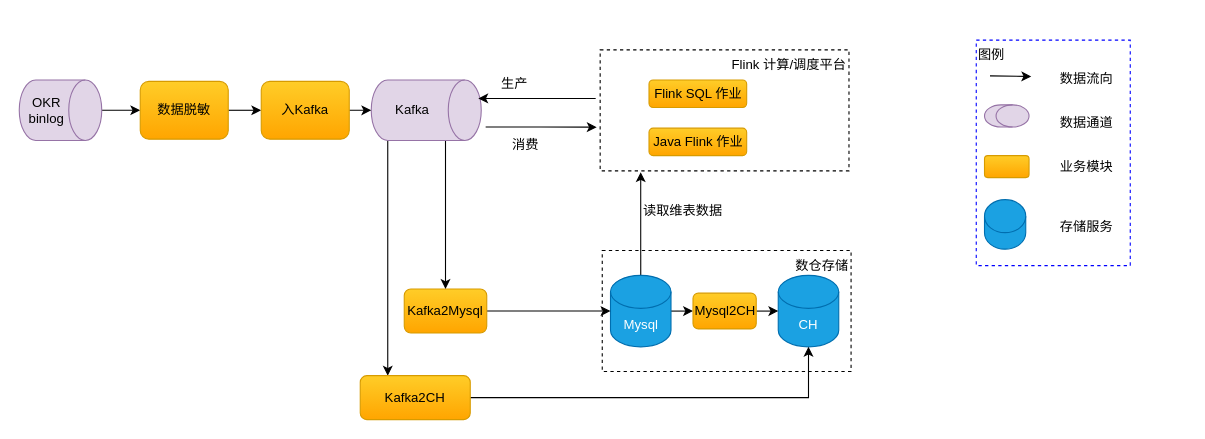
Earlier version of the draw.io diagram okrx/Untitled Diagram.drawio (cicelprg/drawio). Source tidied: cells renumbered, new cells numbered last; positions are measured from the earlier drawing's top-left corner, leaving out a move shared by most shapes. Both pictures are drawn from the tidied source at 110%, with x=0, y=0 at pixel (19, 40).
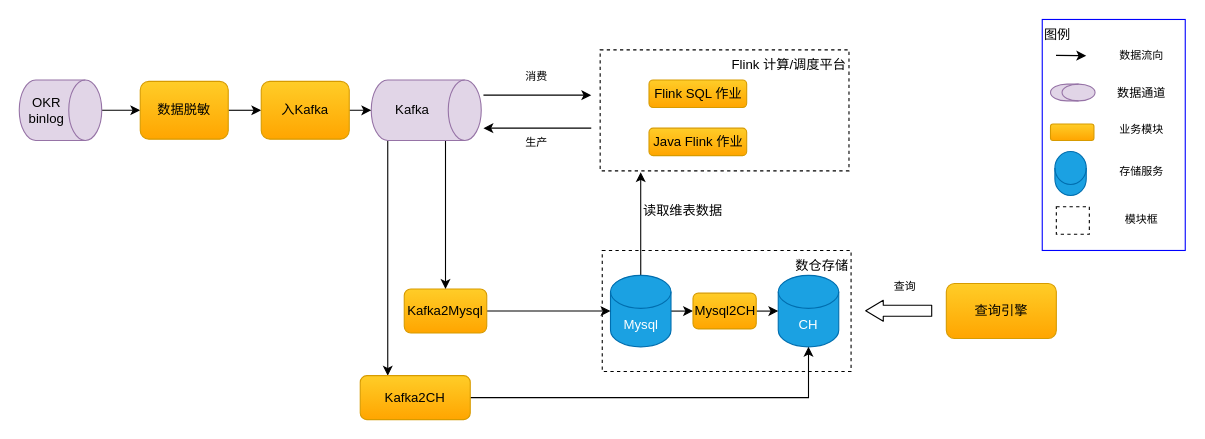
Above is the later version.

The change refers to these unchanged cells:
```xml
<mxCell id="14" value="Kafka" style="shape=cylinder3;whiteSpace=wrap;html=1;boundedLbl=1;backgroundOutline=1;size=15;strokeColor=#9673a6;strokeWidth=1;fillColor=#e1d5e7;align=center;direction=south;" parent="1" vertex="1">
  <mxGeometry x="320" y="36.2" width="100" height="55" as="geometry" />
</mxCell>
<mxCell id="36" value="Flink 计算/调度平台" style="rounded=0;whiteSpace=wrap;html=1;strokeWidth=1;fillColor=none;align=right;verticalAlign=top;dashed=1;" parent="1" vertex="1">
  <mxGeometry x="528.1" y="8.8" width="226.2" height="110" as="geometry" />
</mxCell>
```

What changed in the source:
```diff
@@
-    <mxCell id="11" style="edgeStyle=orthogonalEdgeStyle;rounded=0;jettySize=auto;html=1;entryX=-0.014;entryY=0.639;entryDx=0;entryDy=0;startArrow=none;startFill=0;endArrow=classic;endFill=1;strokeWidth=1;exitX=0.777;exitY=-0.04;exitDx=0;exitDy=0;exitPerimeter=0;entryPerimeter=0;" parent="1" edge="1" source="14" target="36">
-      <mxGeometry relative="1" as="geometry" />
-    </mxCell>
@@
-    <mxCell id="15" style="edgeStyle=orthogonalEdgeStyle;rounded=0;jettySize=auto;html=1;exitX=-0.018;exitY=0.402;exitDx=0;exitDy=0;entryX=0.305;entryY=0.027;entryDx=0;entryDy=0;entryPerimeter=0;startArrow=none;startFill=0;endArrow=classic;endFill=1;strokeWidth=1;exitPerimeter=0;" parent="1" edge="1" source="36" target="14">
-      <mxGeometry relative="1" as="geometry" />
-    </mxCell>
-    <mxCell id="16" value="消费" style="text;html=1;align=center;verticalAlign=middle;" parent="1" vertex="1">
-      <mxGeometry x="440" y="85" width="40" height="20" as="geometry" />
-    </mxCell>
-    <mxCell id="17" value="生产" style="text;html=1;align=center;verticalAlign=middle;" parent="1" vertex="1">
-      <mxGeometry x="430" y="30" width="40" height="20" as="geometry" />
-    </mxCell>
@@
-    <mxCell id="25" value="图例" style="rounded=0;whiteSpace=wrap;html=1;dashed=1;strokeColor=#0000FF;strokeWidth=1;fillColor=none;align=left;verticalAlign=top;" parent="1" vertex="1">
-      <mxGeometry x="870" width="140" height="205" as="geometry" />
+    <mxCell id="25" value="图例" style="rounded=0;whiteSpace=wrap;html=1;strokeColor=#0000FF;strokeWidth=1;fillColor=none;align=left;verticalAlign=top;" parent="1" vertex="1">
+      <mxGeometry x="930" y="-18.8" width="130" height="210" as="geometry" />
     </mxCell>
-    <mxCell id="26" value="数据流向" style="text;html=1;align=center;verticalAlign=middle;" parent="1" vertex="1">
-      <mxGeometry x="940" y="25" width="60" height="20" as="geometry" />
+    <mxCell id="26" value="数据流向" style="text;html=1;align=center;verticalAlign=middle;fontSize=10;" parent="1" vertex="1">
+      <mxGeometry x="990" y="3.8" width="60" height="20" as="geometry" />
     </mxCell>
     <mxCell id="27" style="shape=cylinder3;whiteSpace=wrap;html=1;boundedLbl=1;backgroundOutline=1;size=15;strokeColor=#9673a6;strokeWidth=1;fillColor=#e1d5e7;align=center;direction=south;" parent="1" vertex="1">
-      <mxGeometry x="877.5" y="58.8" width="40.5" height="20.2" as="geometry" />
+      <mxGeometry x="937.5" y="40" width="40.5" height="15.2" as="geometry" />
     </mxCell>
-    <mxCell id="28" value="数据通道" style="text;html=1;align=center;verticalAlign=middle;" parent="1" vertex="1">
-      <mxGeometry x="940" y="65" width="60" height="20" as="geometry" />
+    <mxCell id="28" value="&lt;font style=&quot;font-size: 11px&quot;&gt;数据通道&lt;/font&gt;" style="text;html=1;align=center;verticalAlign=middle;fontSize=10;" parent="1" vertex="1">
+      <mxGeometry x="990" y="37.5" width="60" height="20" as="geometry" />
     </mxCell>
     <mxCell id="29" style="endArrow=classic;html=1;strokeWidth=1;" parent="1" edge="1">
       <mxGeometry relative="1" as="geometry">
-        <mxPoint x="882.5" y="32.5" as="sourcePoint" />
-        <mxPoint x="920" y="33" as="targetPoint" />
+        <mxPoint x="942.5" y="13.8" as="sourcePoint" />
+        <mxPoint x="970" y="14.2" as="targetPoint" />
       </mxGeometry>
     </mxCell>
     <mxCell id="30" style="rounded=1;whiteSpace=wrap;html=1;strokeWidth=1;fillColor=#ffcd28;align=center;strokeColor=#d79b00;gradientColor=#ffa500;" parent="1" vertex="1">
-      <mxGeometry x="877.5" y="105" width="40.5" height="20" as="geometry" />
+      <mxGeometry x="937.5" y="76.2" width="39.5" height="15" as="geometry" />
     </mxCell>
-    <mxCell id="31" value="业务模块" style="text;html=1;align=center;verticalAlign=middle;" parent="1" vertex="1">
-      <mxGeometry x="940" y="105" width="60" height="20" as="geometry" />
+    <mxCell id="31" value="业务模块" style="text;html=1;align=center;verticalAlign=middle;fontSize=10;" parent="1" vertex="1">
+      <mxGeometry x="990" y="71.2" width="60" height="20" as="geometry" />
     </mxCell>
     <mxCell id="32" style="shape=cylinder3;whiteSpace=wrap;html=1;boundedLbl=1;backgroundOutline=1;size=15;strokeWidth=1;fillColor=#1ba1e2;align=center;strokeColor=#006EAF;fontColor=#ffffff;" parent="1" vertex="1">
-      <mxGeometry x="877.5" y="145" width="37.5" height="45" as="geometry" />
+      <mxGeometry x="941.5" y="101.2" width="28.5" height="40" as="geometry" />
     </mxCell>
-    <mxCell id="33" value="存储服务" style="text;html=1;align=center;verticalAlign=middle;" parent="1" vertex="1">
-      <mxGeometry x="940" y="160" width="60" height="20" as="geometry" />
+    <mxCell id="33" value="存储服务" style="text;html=1;align=center;verticalAlign=middle;fontSize=10;" parent="1" vertex="1">
+      <mxGeometry x="990" y="108.8" width="60" height="20" as="geometry" />
     </mxCell>
@@
+    <mxCell id="39" style="endArrow=classic;html=1;fontSize=10;" parent="1" edge="1">
+      <mxGeometry relative="1" as="geometry">
+        <mxPoint x="422" y="50" as="sourcePoint" />
+        <mxPoint x="520" y="50" as="targetPoint" />
+      </mxGeometry>
+    </mxCell>
+    <mxCell id="40" style="endArrow=none;html=1;fontSize=10;startArrow=classic;startFill=1;endFill=0;" parent="1" edge="1">
+      <mxGeometry relative="1" as="geometry">
+        <mxPoint x="422" y="80" as="sourcePoint" />
+        <mxPoint x="520" y="80" as="targetPoint" />
+      </mxGeometry>
+    </mxCell>
+    <mxCell id="16" value="消费" style="text;html=1;align=center;verticalAlign=middle;fontSize=10;" parent="1" vertex="1">
+      <mxGeometry x="450" y="22.5" width="40" height="20" as="geometry" />
+    </mxCell>
+    <mxCell id="17" value="生产" style="text;html=1;align=center;verticalAlign=middle;fontSize=10;" parent="1" vertex="1">
+      <mxGeometry x="450" y="82.5" width="40" height="20" as="geometry" />
+    </mxCell>
+    <mxCell id="41" style="rounded=0;whiteSpace=wrap;html=1;strokeWidth=1;fillColor=none;align=right;verticalAlign=top;dashed=1;" parent="1" vertex="1">
+      <mxGeometry x="942.8" y="151.5" width="30" height="25" as="geometry" />
+    </mxCell>
+    <mxCell id="42" value="模块框" style="text;html=1;align=center;verticalAlign=middle;fontSize=10;" parent="1" vertex="1">
+      <mxGeometry x="995" y="152.5" width="50" height="20" as="geometry" />
+    </mxCell>
+    <mxCell id="43" value="查询引擎" style="rounded=1;whiteSpace=wrap;html=1;strokeWidth=1;fillColor=#ffcd28;align=center;strokeColor=#d79b00;gradientColor=#ffa500;" parent="1" vertex="1">
+      <mxGeometry x="842.8" y="221.2" width="100" height="50" as="geometry" />
+    </mxCell>
+    <mxCell id="44" style="shape=flexArrow;endArrow=classic;html=1;fontSize=10;endWidth=8;endSize=4.99;" parent="1" edge="1">
+      <mxGeometry relative="1" as="geometry">
+        <mxPoint x="830" y="246" as="sourcePoint" />
+        <mxPoint x="769" y="246" as="targetPoint" />
+      </mxGeometry>
+    </mxCell>
+    <mxCell id="45" value="查询" style="text;html=1;align=center;verticalAlign=middle;fontSize=10;" parent="1" vertex="1">
+      <mxGeometry x="785" y="213.8" width="40" height="20" as="geometry" />
+    </mxCell>
```
